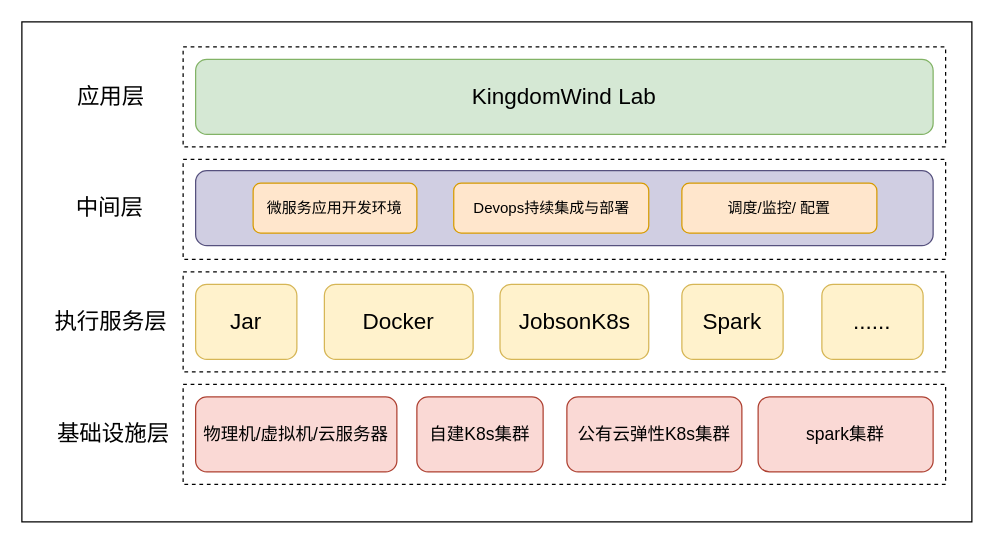
MMMLMF/notes keeps this draw.io diagram as other/algorithm.drawio. Above is the earlier version. Source tidied: cells renumbered, new cells numbered last; positions are measured from the earlier drawing's top-left corner, leaving out a move shared by most shapes. Both pictures are drawn from the tidied source at 125%, with x=0, y=0 at pixel (21, 21).
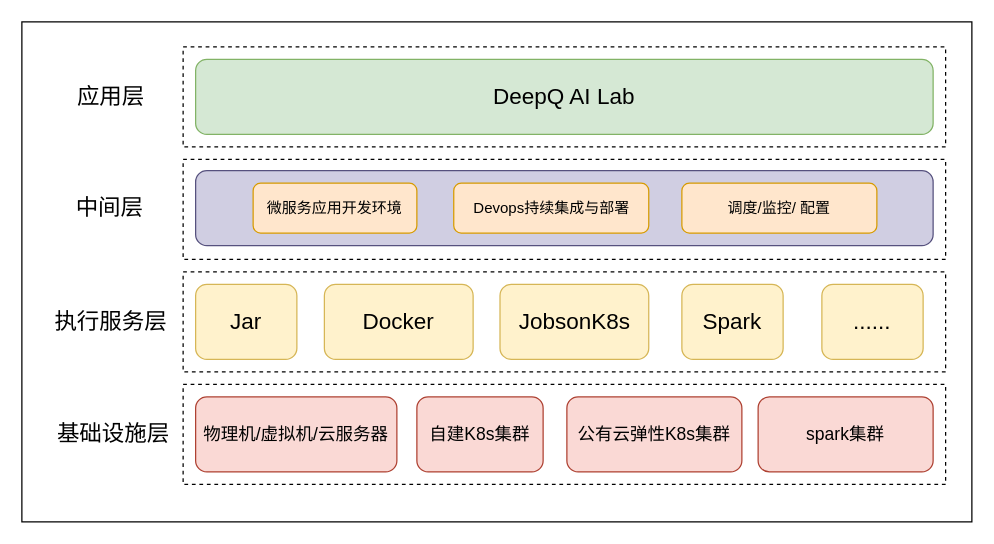
After the change.

What changed in the source:
```diff
@@
-    <mxCell id="8" value="&lt;span style=&quot;font-size: 18px&quot;&gt;KingdomWind Lab&lt;/span&gt;" style="rounded=1;whiteSpace=wrap;html=1;fillColor=#d5e8d4;strokeColor=#82b366;" parent="1" vertex="1">
+    <mxCell id="8" value="&lt;span style=&quot;font-size: 18px&quot;&gt;DeepQ AI Lab&lt;/span&gt;" style="rounded=1;whiteSpace=wrap;html=1;fillColor=#d5e8d4;strokeColor=#82b366;" parent="1" vertex="1">
       <mxGeometry x="139" y="30" width="590" height="60" as="geometry" />
     </mxCell>
```
